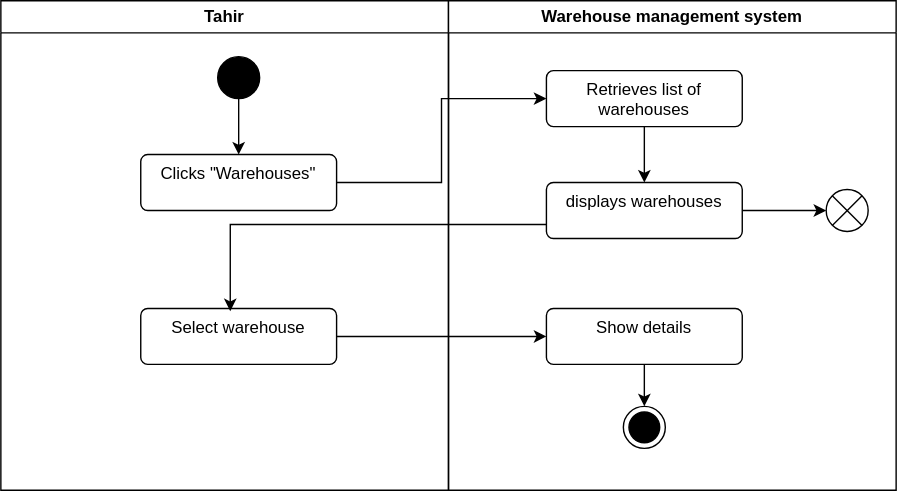
Earlier version of the draw.io export warehouse_act.svg (Simamkele88/IFM3_GP). Source tidied: cells renumbered, new cells last; positions are measured from the earlier drawing's top-left corner, leaving out a move shared by most shapes.
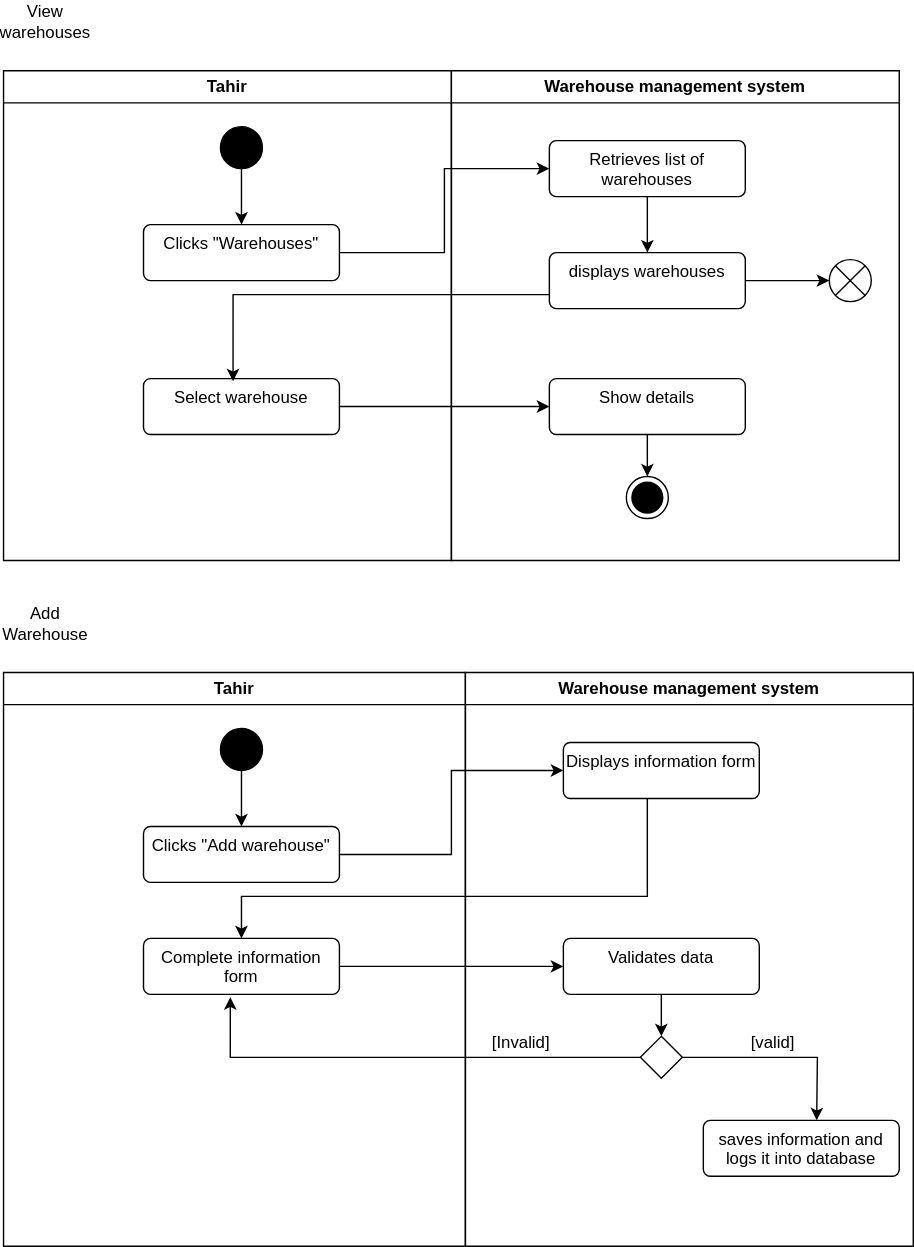
The same diagram one commit later.

Diff of the diagram source:
```diff
@@ -57,5 +57,78 @@
     <mxCell id="18" style="edgeStyle=orthogonalEdgeStyle;rounded=0;jettySize=auto;html=1;" parent="1" edge="1" source="6" target="13">
       <mxGeometry relative="1" as="geometry" />
     </mxCell>
+    <mxCell id="19" value="View warehouses" style="text;html=1;align=center;verticalAlign=middle;whiteSpace=wrap;rounded=0;" parent="1" vertex="1">
+      <mxGeometry y="-50" width="60" height="30" as="geometry" />
+    </mxCell>
+    <mxCell id="20" style="edgeStyle=orthogonalEdgeStyle;rounded=0;orthogonalLoop=1;jettySize=auto;html=1;exitX=0.5;exitY=1;exitDx=0;exitDy=0;" parent="1" edge="1" source="19" target="19">
+      <mxGeometry relative="1" as="geometry" />
+    </mxCell>
+    <mxCell id="21" value="Tahir" style="swimlane;whiteSpace=wrap;html=1;" parent="1" vertex="1">
+      <mxGeometry y="430" width="330" height="410" as="geometry" />
+    </mxCell>
+    <mxCell id="22" style="edgeStyle=orthogonalEdgeStyle;rounded=0;jettySize=auto;html=1;" parent="21" edge="1" source="23" target="24">
+      <mxGeometry relative="1" as="geometry" />
+    </mxCell>
+    <mxCell id="23" style="ellipse;fillColor=strokeColor;html=1;" parent="21" vertex="1">
+      <mxGeometry x="155" y="40" width="30" height="30" as="geometry" />
+    </mxCell>
+    <mxCell id="24" value="Clicks &quot;Add warehouse&quot;" style="html=1;align=center;verticalAlign=top;rounded=1;absoluteArcSize=1;arcSize=10;dashed=0;whiteSpace=wrap;" parent="21" vertex="1">
+      <mxGeometry x="100" y="110" width="140" height="40" as="geometry" />
+    </mxCell>
+    <mxCell id="25" value="Complete information form" style="html=1;align=center;verticalAlign=top;rounded=1;absoluteArcSize=1;arcSize=10;dashed=0;whiteSpace=wrap;" parent="21" vertex="1">
+      <mxGeometry x="100" y="190" width="140" height="40" as="geometry" />
+    </mxCell>
+    <mxCell id="26" value="Warehouse management system" style="swimlane;whiteSpace=wrap;html=1;" parent="1" vertex="1">
+      <mxGeometry x="330" y="430" width="320" height="410" as="geometry" />
+    </mxCell>
+    <mxCell id="27" value="Displays information form" style="html=1;align=center;verticalAlign=top;rounded=1;absoluteArcSize=1;arcSize=10;dashed=0;whiteSpace=wrap;" parent="26" vertex="1">
+      <mxGeometry x="70" y="50" width="140" height="40" as="geometry" />
+    </mxCell>
+    <mxCell id="28" style="edgeStyle=orthogonalEdgeStyle;rounded=0;jettySize=auto;html=1;" parent="26" edge="1" source="29" target="30">
+      <mxGeometry relative="1" as="geometry" />
+    </mxCell>
+    <mxCell id="29" value="Validates data" style="html=1;align=center;verticalAlign=top;rounded=1;absoluteArcSize=1;arcSize=10;dashed=0;whiteSpace=wrap;" parent="26" vertex="1">
+      <mxGeometry x="70" y="190" width="140" height="40" as="geometry" />
+    </mxCell>
+    <mxCell id="30" style="rhombus;" parent="26" vertex="1">
+      <mxGeometry x="125" y="260" width="30" height="30" as="geometry" />
+    </mxCell>
+    <mxCell id="31" value="[Invalid]" style="text;html=1;align=center;verticalAlign=middle;whiteSpace=wrap;rounded=0;" parent="26" vertex="1">
+      <mxGeometry x="10" y="250" width="60" height="30" as="geometry" />
+    </mxCell>
+    <mxCell id="32" value="saves information and logs it into database" style="html=1;align=center;verticalAlign=top;rounded=1;absoluteArcSize=1;arcSize=10;dashed=0;whiteSpace=wrap;" parent="26" vertex="1">
+      <mxGeometry x="170" y="320" width="140" height="40" as="geometry" />
+    </mxCell>
+    <mxCell id="33" style="edgeStyle=orthogonalEdgeStyle;rounded=0;jettySize=auto;html=1;" parent="26" edge="1" source="30">
+      <mxGeometry relative="1" as="geometry">
+        <mxPoint x="251" y="320" as="targetPoint" />
+      </mxGeometry>
+    </mxCell>
+    <mxCell id="34" value="[valid]" style="text;html=1;align=center;verticalAlign=middle;whiteSpace=wrap;rounded=0;" parent="26" vertex="1">
+      <mxGeometry x="190" y="250" width="60" height="30" as="geometry" />
+    </mxCell>
+    <mxCell id="35" style="edgeStyle=orthogonalEdgeStyle;rounded=0;jettySize=auto;html=1;entryX=0;entryY=0.5;entryDx=0;entryDy=0;" parent="1" edge="1" source="24" target="27">
+      <mxGeometry relative="1" as="geometry" />
+    </mxCell>
+    <mxCell id="36" value="Add Warehouse" style="text;html=1;align=center;verticalAlign=middle;whiteSpace=wrap;rounded=0;" parent="1" vertex="1">
+      <mxGeometry y="380" width="60" height="30" as="geometry" />
+    </mxCell>
+    <mxCell id="37" style="edgeStyle=orthogonalEdgeStyle;rounded=0;orthogonalLoop=1;jettySize=auto;html=1;exitX=0.5;exitY=1;exitDx=0;exitDy=0;" parent="1" edge="1" source="36" target="36">
+      <mxGeometry relative="1" as="geometry" />
+    </mxCell>
+    <mxCell id="38" style="edgeStyle=orthogonalEdgeStyle;rounded=0;jettySize=auto;html=1;" parent="1" edge="1" source="27" target="25">
+      <mxGeometry relative="1" as="geometry">
+        <Array as="points">
+          <mxPoint x="460" y="590" />
+          <mxPoint x="170" y="590" />
+        </Array>
+      </mxGeometry>
+    </mxCell>
+    <mxCell id="39" style="edgeStyle=orthogonalEdgeStyle;rounded=0;jettySize=auto;html=1;entryX=0;entryY=0.5;entryDx=0;entryDy=0;" parent="1" edge="1" source="25" target="29">
+      <mxGeometry relative="1" as="geometry" />
+    </mxCell>
+    <mxCell id="40" style="edgeStyle=orthogonalEdgeStyle;rounded=0;jettySize=auto;html=1;entryX=0.443;entryY=1.05;entryDx=0;entryDy=0;entryPerimeter=0;" parent="1" edge="1" source="30" target="25">
+      <mxGeometry relative="1" as="geometry" />
+    </mxCell>
   </root>
 </mxGraphModel>
```
